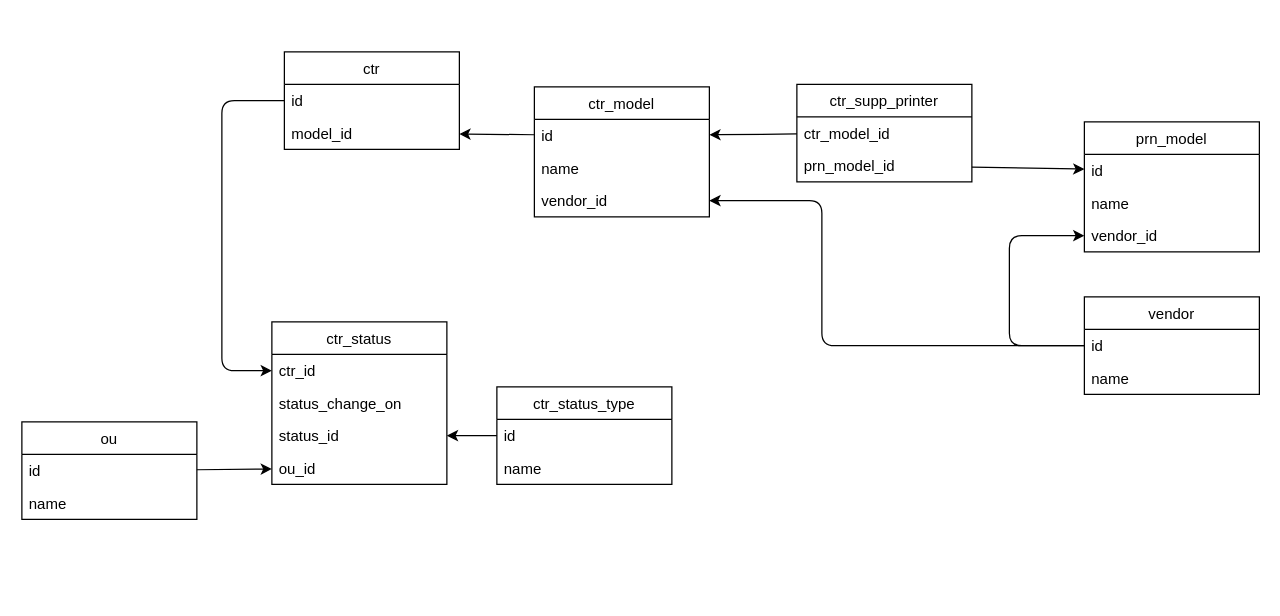
Before: cartridge_accounting.drawio in IgorTkachuk/caartridge_accounting, a draw.io diagram. Source tidied: cells renumbered, new cells numbered last; positions are measured from the earlier drawing's top-left corner, leaving out a move shared by most shapes. Both pictures are drawn from the tidied source at 125%, with x=0, y=0 at pixel (21, 51).
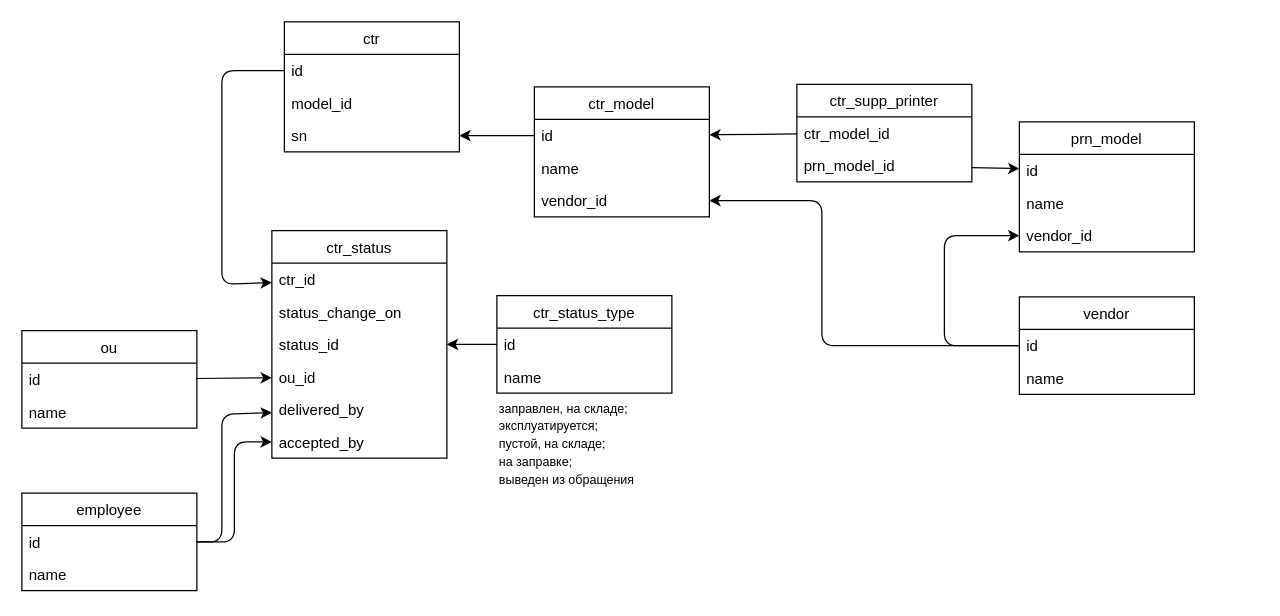
The same diagram, later.

Unchanged cells that the change refers to:
```xml
<mxCell id="3" value="id" style="text;strokeColor=none;fillColor=none;align=left;verticalAlign=top;spacingLeft=4;spacingRight=4;overflow=hidden;points=[[0,0.5],[1,0.5]];portConstraint=eastwest;" parent="2" vertex="1">
  <mxGeometry y="26" width="140" height="26" as="geometry" />
</mxCell>
<mxCell id="8" value="vendor_id" style="text;strokeColor=none;fillColor=none;align=left;verticalAlign=top;spacingLeft=4;spacingRight=4;overflow=hidden;points=[[0,0.5],[1,0.5]];portConstraint=eastwest;" parent="5" vertex="1">
  <mxGeometry y="78" width="140" height="26" as="geometry" />
</mxCell>
<mxCell id="19" value="id" style="text;strokeColor=none;fillColor=none;align=left;verticalAlign=top;spacingLeft=4;spacingRight=4;overflow=hidden;points=[[0,0.5],[1,0.5]];portConstraint=eastwest;" parent="18" vertex="1">
  <mxGeometry y="26" width="140" height="26" as="geometry" />
</mxCell>
<mxCell id="25" value="ctr_id" style="text;strokeColor=none;fillColor=none;align=left;verticalAlign=top;spacingLeft=4;spacingRight=4;overflow=hidden;points=[[0,0.5],[1,0.5]];portConstraint=eastwest;" parent="24" vertex="1">
  <mxGeometry y="26" width="140" height="26" as="geometry" />
</mxCell>
```

What changed in the source:
```diff
@@
     <mxCell id="2" value="ctr" style="swimlane;fontStyle=0;horizontal=1;startSize=26;" parent="1" vertex="1">
-      <mxGeometry x="210" width="140" height="78" as="geometry" />
+      <mxGeometry x="210" y="-24" width="140" height="104" as="geometry" />
     </mxCell>
@@
+    <mxCell id="38" value="model_id&#10;&#10;" style="text;strokeColor=none;fillColor=none;align=left;verticalAlign=top;spacingLeft=4;spacingRight=4;overflow=hidden;" parent="2" vertex="1">
+      <mxGeometry y="52" width="140" height="26" as="geometry" />
+    </mxCell>
-    <mxCell id="4" value="model_id&#10;&#10;" style="text;strokeColor=none;fillColor=none;align=left;verticalAlign=top;spacingLeft=4;spacingRight=4;overflow=hidden;points=[[0,0.5],[1,0.5]];portConstraint=eastwest;" parent="2" vertex="1">
-      <mxGeometry y="52" width="140" height="26" as="geometry" />
+    <mxCell id="4" value="sn" style="text;strokeColor=none;fillColor=none;align=left;verticalAlign=top;spacingLeft=4;spacingRight=4;overflow=hidden;points=[[0,0.5],[1,0.5]];portConstraint=eastwest;" parent="2" vertex="1">
+      <mxGeometry y="78" width="140" height="26" as="geometry" />
     </mxCell>
     <mxCell id="5" value="prn_model" style="swimlane;fontStyle=0;horizontal=1;startSize=26;" parent="1" vertex="1">
-      <mxGeometry x="850" y="56" width="140" height="104" as="geometry" />
+      <mxGeometry x="798" y="56" width="140" height="104" as="geometry" />
     </mxCell>
@@
     <mxCell id="18" value="vendor" style="swimlane;fontStyle=0;horizontal=1;startSize=26;" parent="1" vertex="1">
-      <mxGeometry x="850" y="196" width="140" height="78" as="geometry" />
+      <mxGeometry x="798" y="196" width="140" height="78" as="geometry" />
     </mxCell>
@@
     <mxCell id="21" style="endArrow=classic;html=1;exitX=0;exitY=0.5;exitDx=0;exitDy=0;" parent="1" edge="1" source="19" target="8">
       <mxGeometry relative="1" as="geometry">
         <Array as="points">
-          <mxPoint x="790" y="235" />
-          <mxPoint x="790" y="147" />
+          <mxPoint x="738" y="235" />
+          <mxPoint x="738" y="147" />
         </Array>
       </mxGeometry>
     </mxCell>
@@
     <mxCell id="24" value="ctr_status" style="swimlane;fontStyle=0;horizontal=1;startSize=26;" parent="1" vertex="1">
-      <mxGeometry x="200" y="216" width="140" height="130" as="geometry" />
+      <mxGeometry x="200" y="143" width="140" height="182" as="geometry" />
     </mxCell>
@@
+    <mxCell id="39" value="delivered_by" style="text;strokeColor=none;fillColor=none;align=left;verticalAlign=top;spacingLeft=4;spacingRight=4;overflow=hidden;points=[[0,0.5],[1,0.5]];portConstraint=eastwest;" parent="24" vertex="1">
+      <mxGeometry y="130" width="140" height="26" as="geometry" />
+    </mxCell>
+    <mxCell id="40" value="accepted_by" style="text;strokeColor=none;fillColor=none;align=left;verticalAlign=top;spacingLeft=4;spacingRight=4;overflow=hidden;points=[[0,0.5],[1,0.5]];portConstraint=eastwest;" parent="24" vertex="1">
+      <mxGeometry y="156" width="140" height="26" as="geometry" />
+    </mxCell>
     <mxCell id="29" value="ctr_status_type" style="swimlane;fontStyle=0;horizontal=1;startSize=26;" parent="1" vertex="1">
-      <mxGeometry x="380" y="268" width="140" height="78" as="geometry" />
+      <mxGeometry x="380" y="195" width="140" height="78" as="geometry" />
     </mxCell>
@@
     <mxCell id="33" style="endArrow=classic;html=1;" parent="1" edge="1" source="3" target="25">
       <mxGeometry relative="1" as="geometry">
         <Array as="points">
+          <mxPoint x="160" y="15" />
           <mxPoint x="160" y="39" />
-          <mxPoint x="160" y="255" />
+          <mxPoint x="160" y="186" />
         </Array>
       </mxGeometry>
     </mxCell>
     <mxCell id="34" value="ou" style="swimlane;fontStyle=0;horizontal=1;startSize=26;" parent="1" vertex="1">
-      <mxGeometry y="296" width="140" height="78" as="geometry" />
+      <mxGeometry y="223" width="140" height="78" as="geometry" />
     </mxCell>
@@
+    <mxCell id="41" value="&lt;span style=&quot;font-size: 10px&quot;&gt;заправлен, на складе;&lt;br&gt;эксплуатируется;&lt;br&gt;пустой, на складе;&lt;br&gt;на заправке;&lt;br&gt;выведен из обращения&lt;br&gt;&lt;/span&gt;" style="text;html=1;align=left;verticalAlign=middle;strokeColor=none;" parent="1" vertex="1">
+      <mxGeometry x="380" y="273" width="120" height="80" as="geometry" />
+    </mxCell>
+    <mxCell id="42" value="employee" style="swimlane;fontStyle=0;horizontal=1;startSize=26;" parent="1" vertex="1">
+      <mxGeometry y="353" width="140" height="78" as="geometry" />
+    </mxCell>
+    <mxCell id="43" value="id" style="text;strokeColor=none;fillColor=none;align=left;verticalAlign=top;spacingLeft=4;spacingRight=4;overflow=hidden;points=[[0,0.5],[1,0.5]];portConstraint=eastwest;" parent="42" vertex="1">
+      <mxGeometry y="26" width="140" height="26" as="geometry" />
+    </mxCell>
+    <mxCell id="44" value="name" style="text;strokeColor=none;fillColor=none;align=left;verticalAlign=top;spacingLeft=4;spacingRight=4;overflow=hidden;" parent="42" vertex="1">
+      <mxGeometry y="52" width="140" height="26" as="geometry" />
+    </mxCell>
+    <mxCell id="45" style="endArrow=classic;html=1;" parent="1" edge="1" source="43" target="39">
+      <mxGeometry relative="1" as="geometry">
+        <Array as="points">
+          <mxPoint x="160" y="392" />
+          <mxPoint x="160" y="290" />
+        </Array>
+      </mxGeometry>
+    </mxCell>
+    <mxCell id="46" style="endArrow=classic;html=1;" parent="1" edge="1" source="43" target="40">
+      <mxGeometry relative="1" as="geometry">
+        <Array as="points">
+          <mxPoint x="170" y="392" />
+          <mxPoint x="170" y="312" />
+        </Array>
+      </mxGeometry>
+    </mxCell>
```
